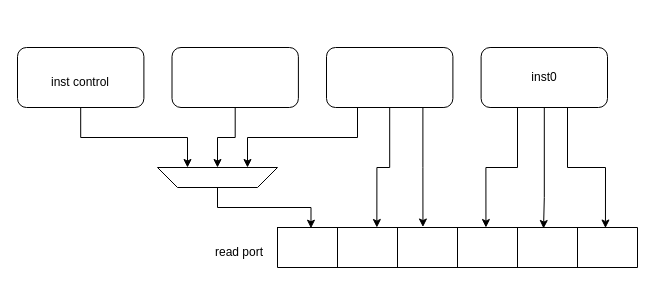
Above: page "read_connect" (8 of 12) of t1/doc/rvv.drawio in chipsalliance/t1 (draw.io), before the change. Source tidied: cells renumbered, new cells numbered last; positions are measured from the earlier drawing's top-left corner, leaving out a move shared by most shapes. Both pictures are drawn from the tidied source at 100%, with x=0, y=0 at pixel (17, 47).
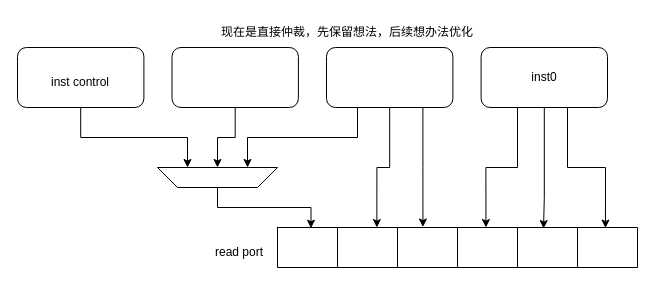
Above is the later version.

Diff of the diagram source:
```diff
@@
+    <mxCell id="27" value="现在是直接仲裁，先保留想法，后续想办法优化" style="text;html=1;align=center;verticalAlign=middle;whiteSpace=wrap;rounded=0;" parent="1" vertex="1">
+      <mxGeometry x="130" y="-30" width="400" height="30" as="geometry" />
+    </mxCell>
```
